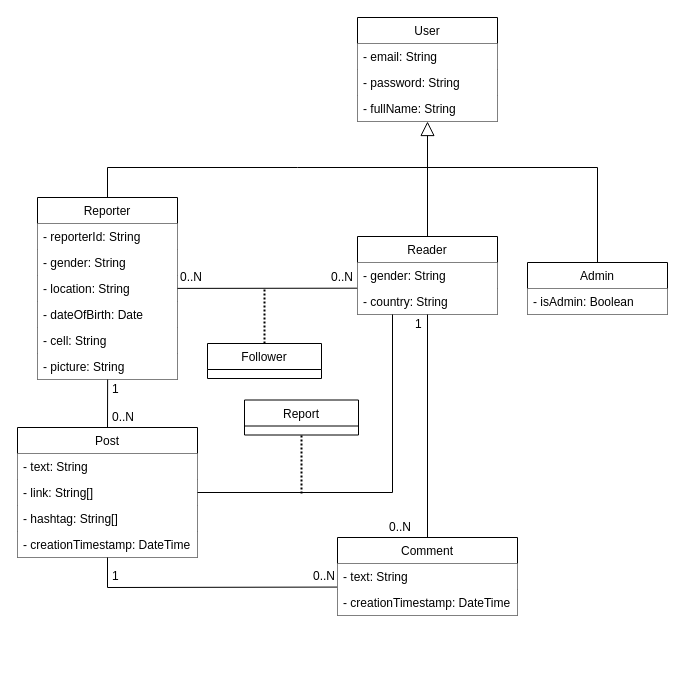
Before: page "Details" (2 of 3) of Docs/Drawio/schemas/DataModelling.drawio in MatteBiondi/LSMSD_SocialNews, a draw.io diagram. Source tidied: cells renumbered, new cells numbered last; positions are measured from the earlier drawing's top-left corner, leaving out a move shared by most shapes. Both pictures are drawn from the tidied source at 100%, with x=0, y=0 at pixel (17, 17).
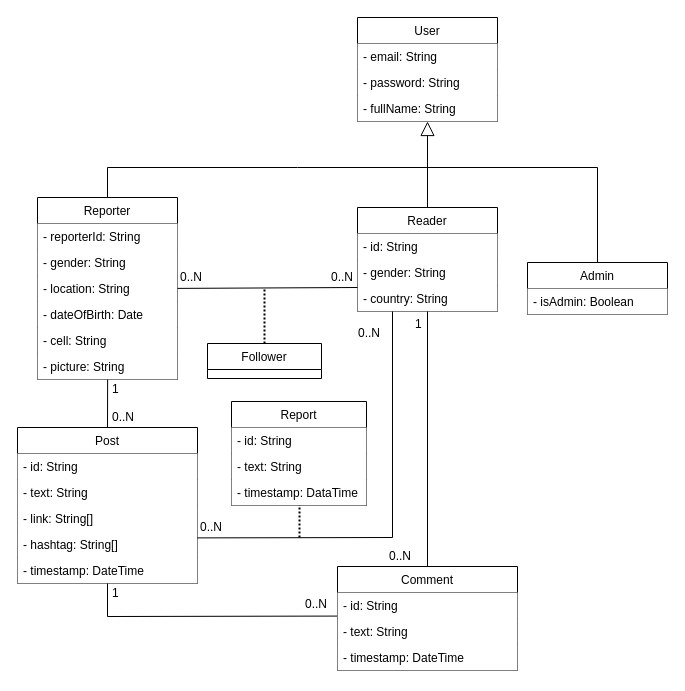
Above is the later version.

What changed in the source:
```diff
@@
     <mxCell id="8" value="Reader" style="swimlane;fontStyle=0;horizontal=1;startSize=26;fillColor=default;" parent="1" vertex="1">
-      <mxGeometry x="340" y="219" width="140" height="78" as="geometry" />
+      <mxGeometry x="340" y="190" width="140" height="104" as="geometry" />
     </mxCell>
-    <mxCell id="9" value="- gender: String" style="text;align=left;verticalAlign=top;spacingLeft=4;spacingRight=4;overflow=hidden;fillColor=default;" parent="8" vertex="1">
+    <mxCell id="9" value="- id: String" style="text;align=left;verticalAlign=top;spacingLeft=4;spacingRight=4;overflow=hidden;fillColor=default;" parent="8" vertex="1">
       <mxGeometry y="26" width="140" height="26" as="geometry" />
     </mxCell>
+    <mxCell id="46" value="- gender: String" style="text;align=left;verticalAlign=top;spacingLeft=4;spacingRight=4;overflow=hidden;fillColor=default;" parent="8" vertex="1">
+      <mxGeometry y="52" width="140" height="26" as="geometry" />
+    </mxCell>
     <mxCell id="10" value="- country: String" style="text;align=left;verticalAlign=top;spacingLeft=4;spacingRight=4;overflow=hidden;points=[[0,0.5],[1,0.5]];portConstraint=eastwest;fillColor=default;" parent="8" vertex="1">
-      <mxGeometry y="52" width="140" height="26" as="geometry" />
+      <mxGeometry y="78" width="140" height="26" as="geometry" />
     </mxCell>
@@
     <mxCell id="18" value="Post" style="swimlane;fontStyle=0;horizontal=1;startSize=26;fillColor=default;" parent="1" vertex="1">
-      <mxGeometry y="410" width="180" height="130" as="geometry" />
+      <mxGeometry y="410" width="180" height="156" as="geometry" />
     </mxCell>
-    <mxCell id="19" value="- text: String" style="text;align=left;verticalAlign=top;spacingLeft=4;spacingRight=4;overflow=hidden;fillColor=default;" parent="18" vertex="1">
-      <mxGeometry y="26" width="180" height="26" as="geometry" />
-    </mxCell>
+    <mxCell id="47" value="- id: String" style="text;align=left;verticalAlign=top;spacingLeft=4;spacingRight=4;overflow=hidden;fillColor=default;" parent="18" vertex="1">
+      <mxGeometry y="26" width="180" height="26" as="geometry" />
+    </mxCell>
+    <mxCell id="48" value="- text: String" style="text;align=left;verticalAlign=top;spacingLeft=4;spacingRight=4;overflow=hidden;fillColor=default;" parent="18" vertex="1">
+      <mxGeometry y="52" width="180" height="26" as="geometry" />
+    </mxCell>
     <mxCell id="20" value="- link: String[]" style="text;align=left;verticalAlign=top;spacingLeft=4;spacingRight=4;overflow=hidden;points=[[0,0.5],[1,0.5]];portConstraint=eastwest;fillColor=default;" parent="18" vertex="1">
-      <mxGeometry y="52" width="180" height="26" as="geometry" />
+      <mxGeometry y="78" width="180" height="26" as="geometry" />
     </mxCell>
     <mxCell id="21" value="- hashtag: String[]" style="text;align=left;verticalAlign=top;spacingLeft=4;spacingRight=4;overflow=hidden;points=[[0,0.5],[1,0.5]];portConstraint=eastwest;fillColor=default;" parent="18" vertex="1">
-      <mxGeometry y="78" width="180" height="26" as="geometry" />
+      <mxGeometry y="104" width="180" height="26" as="geometry" />
     </mxCell>
-    <mxCell id="22" value="- creationTimestamp: DateTime" style="text;align=left;verticalAlign=top;spacingLeft=4;spacingRight=4;overflow=hidden;fillColor=default;" parent="18" vertex="1">
-      <mxGeometry y="104" width="180" height="26" as="geometry" />
+    <mxCell id="22" value="- timestamp: DateTime" style="text;align=left;verticalAlign=top;spacingLeft=4;spacingRight=4;overflow=hidden;fillColor=default;" parent="18" vertex="1">
+      <mxGeometry y="130" width="180" height="26" as="geometry" />
     </mxCell>
     <mxCell id="23" value="Comment" style="swimlane;fontStyle=0;horizontal=1;startSize=26;fillColor=default;" parent="1" vertex="1">
-      <mxGeometry x="320" y="520" width="180" height="78" as="geometry" />
+      <mxGeometry x="320" y="549" width="180" height="104" as="geometry" />
     </mxCell>
-    <mxCell id="24" value="- text: String" style="text;align=left;verticalAlign=top;spacingLeft=4;spacingRight=4;overflow=hidden;points=[[0,0.5],[1,0.5]];portConstraint=eastwest;fillColor=default;" parent="23" vertex="1">
+    <mxCell id="24" value="- id: String" style="text;align=left;verticalAlign=top;spacingLeft=4;spacingRight=4;overflow=hidden;points=[[0,0.5],[1,0.5]];portConstraint=eastwest;fillColor=default;" parent="23" vertex="1">
       <mxGeometry y="26" width="180" height="26" as="geometry" />
     </mxCell>
+    <mxCell id="49" value="- text: String" style="text;align=left;verticalAlign=top;spacingLeft=4;spacingRight=4;overflow=hidden;fillColor=default;" parent="23" vertex="1">
+      <mxGeometry y="52" width="180" height="26" as="geometry" />
+    </mxCell>
-    <mxCell id="25" value="- creationTimestamp: DateTime" style="text;align=left;verticalAlign=top;spacingLeft=4;spacingRight=4;overflow=hidden;fillColor=default;" parent="23" vertex="1">
-      <mxGeometry y="52" width="180" height="26" as="geometry" />
+    <mxCell id="25" value="- timestamp: DateTime" style="text;align=left;verticalAlign=top;spacingLeft=4;spacingRight=4;overflow=hidden;fillColor=default;" parent="23" vertex="1">
+      <mxGeometry y="78" width="180" height="26" as="geometry" />
     </mxCell>
@@
     <mxCell id="27" value="0..N" style="text;html=1;strokeColor=none;fillColor=none;align=right;verticalAlign=middle;whiteSpace=wrap;rounded=0;" parent="1" vertex="1">
-      <mxGeometry x="284" y="549" width="36" height="20" as="geometry" />
+      <mxGeometry x="276" y="577" width="36" height="20" as="geometry" />
     </mxCell>
     <mxCell id="28" value="0..N" style="text;html=1;strokeColor=none;fillColor=none;align=left;verticalAlign=middle;whiteSpace=wrap;rounded=0;" parent="1" vertex="1">
-      <mxGeometry x="370" y="500" width="36" height="20" as="geometry" />
+      <mxGeometry x="370" y="529" width="36" height="20" as="geometry" />
     </mxCell>
@@
     <mxCell id="30" value="1" style="text;html=1;strokeColor=none;fillColor=none;align=left;verticalAlign=middle;whiteSpace=wrap;rounded=0;" parent="1" vertex="1">
-      <mxGeometry x="93" y="549" width="20" height="20" as="geometry" />
+      <mxGeometry x="93" y="566" width="20" height="20" as="geometry" />
     </mxCell>
@@
     <mxCell id="35" style="endArrow=none;html=1;rounded=0;startSize=6;endSize=12;jumpSize=6;exitX=0.5;exitY=1;exitDx=0;exitDy=0;entryX=-0.002;entryY=0.907;entryDx=0;entryDy=0;entryPerimeter=0;" parent="1" edge="1" source="18" target="24">
       <mxGeometry relative="1" as="geometry">
         <Array as="points">
-          <mxPoint x="90" y="570" />
+          <mxPoint x="90" y="599" />
         </Array>
       </mxGeometry>
     </mxCell>
@@
-    <mxCell id="37" style="endArrow=none;html=1;rounded=0;entryX=-0.003;entryY=-0.012;entryDx=0;entryDy=0;entryPerimeter=0;" parent="1" edge="1" target="10">
+    <mxCell id="37" style="endArrow=none;html=1;rounded=0;" parent="1" edge="1">
       <mxGeometry relative="1" as="geometry">
         <mxPoint x="160" y="270.9" as="sourcePoint" />
+        <mxPoint x="340" y="270" as="targetPoint" />
       </mxGeometry>
     </mxCell>
@@
-    <mxCell id="42" style="endArrow=none;html=1;rounded=0;exitX=1;exitY=0.5;exitDx=0;exitDy=0;entryX=0.25;entryY=1;entryDx=0;entryDy=0;" parent="1" edge="1" source="20" target="8">
+    <mxCell id="42" style="endArrow=none;html=1;rounded=0;exitX=0.999;exitY=0.246;exitDx=0;exitDy=0;entryX=0.25;entryY=1;entryDx=0;entryDy=0;exitPerimeter=0;" parent="1" edge="1" source="21" target="8">
       <mxGeometry relative="1" as="geometry">
         <Array as="points">
-          <mxPoint x="375" y="475" />
+          <mxPoint x="375" y="520" />
         </Array>
       </mxGeometry>
     </mxCell>
     <mxCell id="43" value="Report" style="swimlane;fontStyle=0;horizontal=1;startSize=26;fillColor=default;" parent="1" vertex="1">
-      <mxGeometry x="227" y="382.5" width="114" height="35" as="geometry" />
+      <mxGeometry x="214" y="384" width="135" height="104" as="geometry" />
     </mxCell>
+    <mxCell id="19" value="- id: String" style="text;align=left;verticalAlign=top;spacingLeft=4;spacingRight=4;overflow=hidden;fillColor=default;" parent="43" vertex="1">
+      <mxGeometry y="26" width="135" height="26" as="geometry" />
+    </mxCell>
+    <mxCell id="50" value="- text: String" style="text;align=left;verticalAlign=top;spacingLeft=4;spacingRight=4;overflow=hidden;fillColor=default;" parent="43" vertex="1">
+      <mxGeometry y="52" width="135" height="26" as="geometry" />
+    </mxCell>
+    <mxCell id="51" value="- timestamp: DataTime" style="text;align=left;verticalAlign=top;spacingLeft=4;spacingRight=4;overflow=hidden;points=[[0,0.5],[1,0.5]];portConstraint=eastwest;fillColor=default;" parent="43" vertex="1">
+      <mxGeometry y="78" width="135" height="26" as="geometry" />
+    </mxCell>
-    <mxCell id="44" style="endArrow=none;dashed=1;html=1;dashPattern=1 1;strokeWidth=2;rounded=0;exitX=0.5;exitY=0;exitDx=0;exitDy=0;entryX=0.5;entryY=1;entryDx=0;entryDy=0;" parent="1" edge="1" target="43">
+    <mxCell id="44" style="endArrow=none;dashed=1;html=1;dashPattern=1 1;strokeWidth=2;rounded=0;entryX=0.504;entryY=0.994;entryDx=0;entryDy=0;entryPerimeter=0;" parent="1" edge="1" target="51">
       <mxGeometry relative="1" as="geometry">
-        <mxPoint x="284" y="476" as="sourcePoint" />
+        <mxPoint x="282" y="520" as="sourcePoint" />
       </mxGeometry>
     </mxCell>
@@
+    <mxCell id="52" value="0..N" style="text;html=1;strokeColor=none;fillColor=none;align=center;verticalAlign=middle;whiteSpace=wrap;rounded=0;" parent="1" vertex="1">
+      <mxGeometry x="181" y="500" width="26" height="20" as="geometry" />
+    </mxCell>
+    <mxCell id="53" value="0..N" style="text;html=1;strokeColor=none;fillColor=none;align=center;verticalAlign=middle;whiteSpace=wrap;rounded=0;" parent="1" vertex="1">
+      <mxGeometry x="339" y="306" width="26" height="20" as="geometry" />
+    </mxCell>
```
